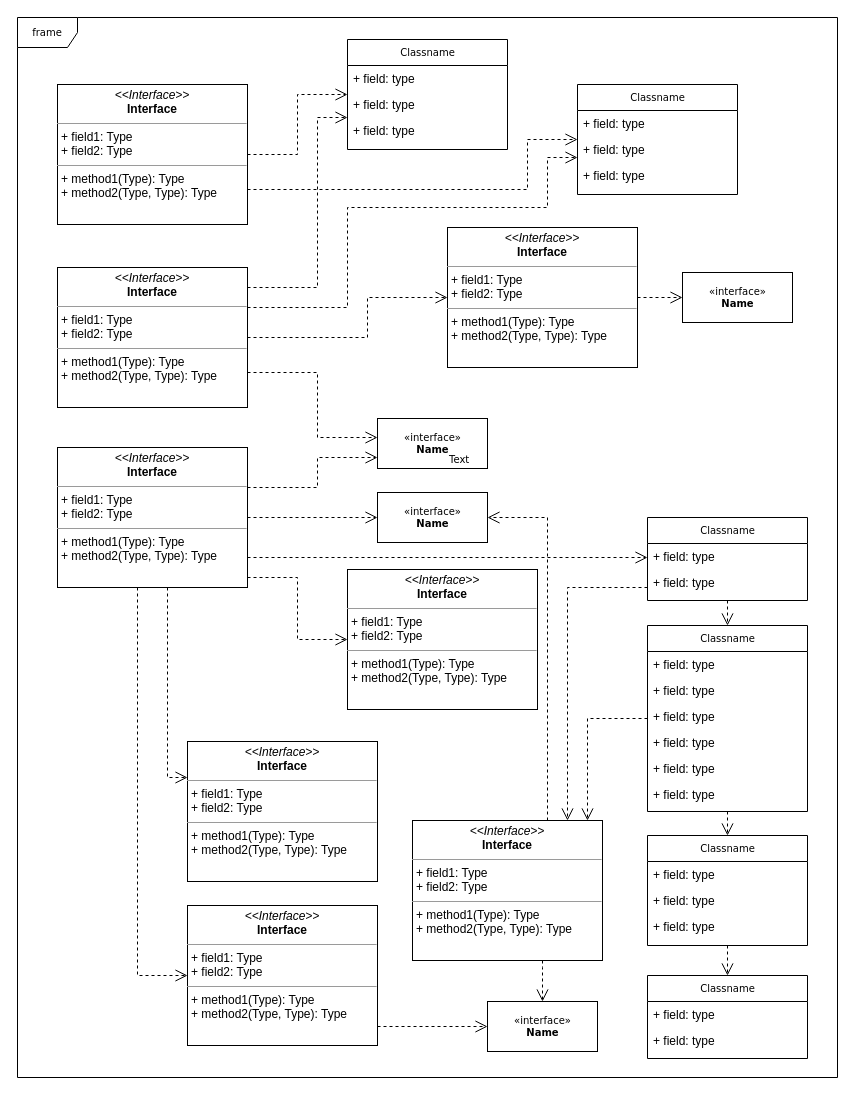
Above: Untitled Diagram.drawio in Heitor-Saqueto/SisBrewe (draw.io), before the change. Source tidied: cells renumbered, new cells numbered last; positions are measured from the earlier drawing's top-left corner, leaving out a move shared by most shapes. Both pictures are drawn from the tidied source at 100%, with x=0, y=0 at pixel (17, 17).
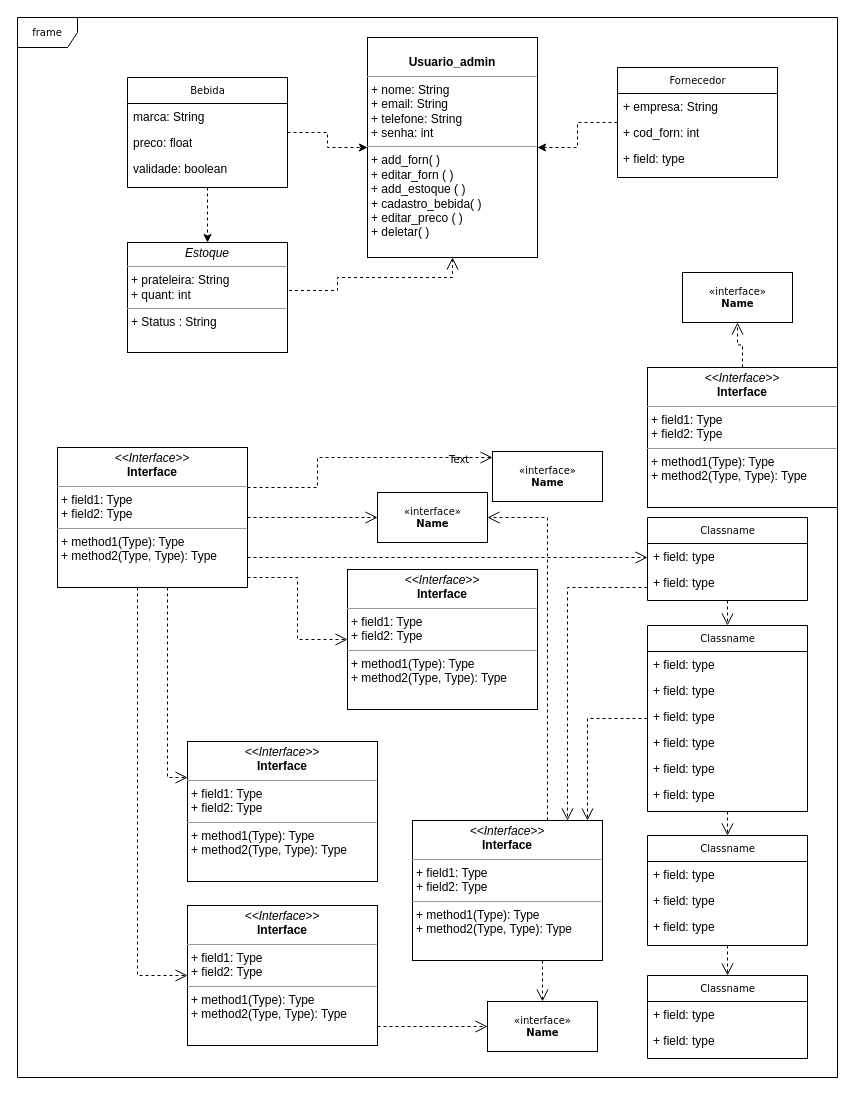
Above is the later version.

Diff of the diagram source:
```diff
@@
+    <mxCell id="62" style="edgeStyle=orthogonalEdgeStyle;rounded=0;jettySize=auto;html=1;dashed=1;" parent="1" edge="1" source="12" target="48">
+      <mxGeometry relative="1" as="geometry" />
+    </mxCell>
+    <mxCell id="63" style="edgeStyle=orthogonalEdgeStyle;rounded=0;jettySize=auto;html=1;exitX=0.5;exitY=1;exitDx=0;exitDy=0;entryX=0.5;entryY=0;entryDx=0;entryDy=0;dashed=1;" parent="1" edge="1" source="12" target="53">
+      <mxGeometry relative="1" as="geometry" />
+    </mxCell>
-    <mxCell id="12" value="Classname" style="swimlane;html=1;fontStyle=0;horizontal=1;startSize=26;fillColor=none;swimlaneFillColor=#ffffff;rounded=0;shadow=0;comic=0;labelBackgroundColor=none;strokeWidth=1;fontFamily=Verdana;fontSize=10;align=center;" parent="1" vertex="1">
-      <mxGeometry x="330" y="22" width="160" height="110" as="geometry" />
+    <mxCell id="12" value="Bebida" style="swimlane;html=1;fontStyle=0;horizontal=1;startSize=26;fillColor=none;swimlaneFillColor=#ffffff;rounded=0;shadow=0;comic=0;labelBackgroundColor=none;strokeWidth=1;fontFamily=Verdana;fontSize=10;align=center;" parent="1" vertex="1">
+      <mxGeometry x="110" y="60" width="160" height="110" as="geometry" />
     </mxCell>
-    <mxCell id="13" value="+ field: type" style="text;html=1;strokeColor=none;fillColor=none;align=left;verticalAlign=top;spacingLeft=4;spacingRight=4;whiteSpace=wrap;overflow=hidden;" parent="12" vertex="1">
+    <mxCell id="13" value="marca: String" style="text;html=1;strokeColor=none;fillColor=none;align=left;verticalAlign=top;spacingLeft=4;spacingRight=4;whiteSpace=wrap;overflow=hidden;" parent="12" vertex="1">
       <mxGeometry y="26" width="160" height="26" as="geometry" />
     </mxCell>
-    <mxCell id="14" value="+ field: type" style="text;html=1;strokeColor=none;fillColor=none;align=left;verticalAlign=top;spacingLeft=4;spacingRight=4;whiteSpace=wrap;overflow=hidden;" parent="12" vertex="1">
+    <mxCell id="14" value="preco: float" style="text;html=1;strokeColor=none;fillColor=none;align=left;verticalAlign=top;spacingLeft=4;spacingRight=4;whiteSpace=wrap;overflow=hidden;" parent="12" vertex="1">
       <mxGeometry y="52" width="160" height="26" as="geometry" />
     </mxCell>
-    <mxCell id="15" value="+ field: type" style="text;html=1;strokeColor=none;fillColor=none;align=left;verticalAlign=top;spacingLeft=4;spacingRight=4;whiteSpace=wrap;overflow=hidden;" parent="12" vertex="1">
+    <mxCell id="15" value="validade: boolean" style="text;html=1;strokeColor=none;fillColor=none;align=left;verticalAlign=top;spacingLeft=4;spacingRight=4;whiteSpace=wrap;overflow=hidden;" parent="12" vertex="1">
       <mxGeometry y="78" width="160" height="26" as="geometry" />
     </mxCell>
+    <mxCell id="64" style="edgeStyle=orthogonalEdgeStyle;rounded=0;jettySize=auto;html=1;dashed=1;" parent="1" edge="1" source="16" target="48">
+      <mxGeometry relative="1" as="geometry" />
+    </mxCell>
-    <mxCell id="16" value="Classname" style="swimlane;html=1;fontStyle=0;horizontal=1;startSize=26;fillColor=none;swimlaneFillColor=#ffffff;rounded=0;shadow=0;comic=0;labelBackgroundColor=none;strokeWidth=1;fontFamily=Verdana;fontSize=10;align=center;" parent="1" vertex="1">
-      <mxGeometry x="560" y="67" width="160" height="110" as="geometry" />
+    <mxCell id="16" value="Fornecedor" style="swimlane;html=1;fontStyle=0;horizontal=1;startSize=26;fillColor=none;swimlaneFillColor=#ffffff;rounded=0;shadow=0;comic=0;labelBackgroundColor=none;strokeWidth=1;fontFamily=Verdana;fontSize=10;align=center;" parent="1" vertex="1">
+      <mxGeometry x="600" y="50" width="160" height="110" as="geometry" />
     </mxCell>
-    <mxCell id="17" value="+ field: type" style="text;html=1;strokeColor=none;fillColor=none;align=left;verticalAlign=top;spacingLeft=4;spacingRight=4;whiteSpace=wrap;overflow=hidden;" parent="16" vertex="1">
+    <mxCell id="17" value="+ empresa: String" style="text;html=1;strokeColor=none;fillColor=none;align=left;verticalAlign=top;spacingLeft=4;spacingRight=4;whiteSpace=wrap;overflow=hidden;" parent="16" vertex="1">
       <mxGeometry y="26" width="160" height="26" as="geometry" />
     </mxCell>
-    <mxCell id="18" value="+ field: type" style="text;html=1;strokeColor=none;fillColor=none;align=left;verticalAlign=top;spacingLeft=4;spacingRight=4;whiteSpace=wrap;overflow=hidden;" parent="16" vertex="1">
+    <mxCell id="18" value="+ cod_forn: int" style="text;html=1;strokeColor=none;fillColor=none;align=left;verticalAlign=top;spacingLeft=4;spacingRight=4;whiteSpace=wrap;overflow=hidden;" parent="16" vertex="1">
       <mxGeometry y="52" width="160" height="26" as="geometry" />
     </mxCell>
@@
     <mxCell id="41" value="&amp;laquo;interface&amp;raquo;&lt;br&gt;&lt;b&gt;Name&lt;/b&gt;" style="html=1;rounded=0;shadow=0;comic=0;labelBackgroundColor=none;strokeWidth=1;fontFamily=Verdana;fontSize=10;align=center;" parent="1" vertex="1">
-      <mxGeometry x="360" y="401" width="110" height="50" as="geometry" />
+      <mxGeometry x="475" y="434" width="110" height="50" as="geometry" />
     </mxCell>
@@
     <mxCell id="43" value="&lt;p style=&quot;margin:0px;margin-top:4px;text-align:center;&quot;&gt;&lt;i&gt;&amp;lt;&amp;lt;Interface&amp;gt;&amp;gt;&lt;/i&gt;&lt;br/&gt;&lt;b&gt;Interface&lt;/b&gt;&lt;/p&gt;&lt;hr size=&quot;1&quot;/&gt;&lt;p style=&quot;margin:0px;margin-left:4px;&quot;&gt;+ field1: Type&lt;br/&gt;+ field2: Type&lt;/p&gt;&lt;hr size=&quot;1&quot;/&gt;&lt;p style=&quot;margin:0px;margin-left:4px;&quot;&gt;+ method1(Type): Type&lt;br/&gt;+ method2(Type, Type): Type&lt;/p&gt;" style="verticalAlign=top;align=left;overflow=fill;fontSize=12;fontFamily=Helvetica;html=1;rounded=0;shadow=0;comic=0;labelBackgroundColor=none;strokeWidth=1;" parent="1" vertex="1">
-      <mxGeometry x="430" y="210" width="190" height="140" as="geometry" />
+      <mxGeometry x="630" y="350" width="190" height="140" as="geometry" />
     </mxCell>
@@
-    <mxCell id="46" style="edgeStyle=orthogonalEdgeStyle;rounded=0;html=1;labelBackgroundColor=none;startFill=0;endArrow=open;endFill=0;endSize=10;fontFamily=Verdana;fontSize=10;dashed=1;" parent="1" edge="1" source="48" target="12">
-      <mxGeometry relative="1" as="geometry" />
-    </mxCell>
-    <mxCell id="47" style="edgeStyle=orthogonalEdgeStyle;rounded=0;html=1;exitX=1;exitY=0.75;dashed=1;labelBackgroundColor=none;startFill=0;endArrow=open;endFill=0;endSize=10;fontFamily=Verdana;fontSize=10;" parent="1" edge="1" source="48" target="16">
-      <mxGeometry relative="1" as="geometry">
-        <Array as="points">
-          <mxPoint x="510" y="172" />
-          <mxPoint x="510" y="122" />
-        </Array>
-      </mxGeometry>
-    </mxCell>
-    <mxCell id="48" value="&lt;p style=&quot;margin:0px;margin-top:4px;text-align:center;&quot;&gt;&lt;i&gt;&amp;lt;&amp;lt;Interface&amp;gt;&amp;gt;&lt;/i&gt;&lt;br/&gt;&lt;b&gt;Interface&lt;/b&gt;&lt;/p&gt;&lt;hr size=&quot;1&quot;/&gt;&lt;p style=&quot;margin:0px;margin-left:4px;&quot;&gt;+ field1: Type&lt;br/&gt;+ field2: Type&lt;/p&gt;&lt;hr size=&quot;1&quot;/&gt;&lt;p style=&quot;margin:0px;margin-left:4px;&quot;&gt;+ method1(Type): Type&lt;br/&gt;+ method2(Type, Type): Type&lt;/p&gt;" style="verticalAlign=top;align=left;overflow=fill;fontSize=12;fontFamily=Helvetica;html=1;rounded=0;shadow=0;comic=0;labelBackgroundColor=none;strokeWidth=1;" parent="1" vertex="1">
-      <mxGeometry x="40" y="67" width="190" height="140" as="geometry" />
+    <mxCell id="48" value="&lt;p style=&quot;margin:0px;margin-top:4px;text-align:center;&quot;&gt;&lt;br&gt;&lt;b&gt;Usuario_admin&lt;/b&gt;&lt;/p&gt;&lt;hr size=&quot;1&quot;&gt;&lt;p style=&quot;margin:0px;margin-left:4px;&quot;&gt;+ nome: String&lt;br&gt;+ email: String&lt;/p&gt;&lt;p style=&quot;margin:0px;margin-left:4px;&quot;&gt;+ telefone: String&lt;/p&gt;&lt;p style=&quot;margin:0px;margin-left:4px;&quot;&gt;+ senha: int&lt;/p&gt;&lt;hr size=&quot;1&quot;&gt;&lt;p style=&quot;margin:0px;margin-left:4px;&quot;&gt;+ add_forn( )&lt;/p&gt;&lt;p style=&quot;margin:0px;margin-left:4px;&quot;&gt;+ editar_forn ( )&lt;br&gt;&lt;/p&gt;&lt;p style=&quot;margin:0px;margin-left:4px;&quot;&gt;+ add_estoque ( )&lt;/p&gt;&lt;p style=&quot;margin:0px;margin-left:4px;&quot;&gt;+ cadastro_bebida( )&lt;/p&gt;&lt;p style=&quot;margin:0px;margin-left:4px;&quot;&gt;+ editar_preco ( )&lt;/p&gt;&lt;p style=&quot;margin:0px;margin-left:4px;&quot;&gt;+ deletar( )&lt;/p&gt;&lt;p style=&quot;margin:0px;margin-left:4px;&quot;&gt;&lt;br&gt;&lt;/p&gt;" style="verticalAlign=top;align=left;overflow=fill;fontSize=12;fontFamily=Helvetica;html=1;rounded=0;shadow=0;comic=0;labelBackgroundColor=none;strokeWidth=1;" parent="1" vertex="1">
+      <mxGeometry x="350" y="20" width="170" height="220" as="geometry" />
     </mxCell>
-    <mxCell id="49" style="edgeStyle=orthogonalEdgeStyle;rounded=0;html=1;dashed=1;labelBackgroundColor=none;startFill=0;endArrow=open;endFill=0;endSize=10;fontFamily=Verdana;fontSize=10;" parent="1" edge="1" source="53" target="12">
-      <mxGeometry relative="1" as="geometry">
-        <Array as="points">
-          <mxPoint x="300" y="270" />
-          <mxPoint x="300" y="100" />
-        </Array>
-      </mxGeometry>
-    </mxCell>
-    <mxCell id="50" style="edgeStyle=orthogonalEdgeStyle;rounded=0;html=1;dashed=1;labelBackgroundColor=none;startFill=0;endArrow=open;endFill=0;endSize=10;fontFamily=Verdana;fontSize=10;" parent="1" edge="1" source="53" target="16">
-      <mxGeometry relative="1" as="geometry">
-        <Array as="points">
-          <mxPoint x="330" y="290" />
-          <mxPoint x="330" y="190" />
-          <mxPoint x="530" y="190" />
-          <mxPoint x="530" y="140" />
-        </Array>
-      </mxGeometry>
-    </mxCell>
-    <mxCell id="51" style="edgeStyle=orthogonalEdgeStyle;rounded=0;html=1;dashed=1;labelBackgroundColor=none;startFill=0;endArrow=open;endFill=0;endSize=10;fontFamily=Verdana;fontSize=10;" parent="1" edge="1" source="53" target="43">
-      <mxGeometry relative="1" as="geometry">
-        <Array as="points">
-          <mxPoint x="350" y="320" />
-          <mxPoint x="350" y="280" />
-        </Array>
-      </mxGeometry>
-    </mxCell>
-    <mxCell id="52" style="edgeStyle=orthogonalEdgeStyle;rounded=0;html=1;exitX=1;exitY=0.75;dashed=1;labelBackgroundColor=none;startFill=0;endArrow=open;endFill=0;endSize=10;fontFamily=Verdana;fontSize=10;" parent="1" edge="1" source="53" target="41">
+    <mxCell id="52" style="edgeStyle=orthogonalEdgeStyle;rounded=0;html=1;exitX=1;exitY=0.75;dashed=1;labelBackgroundColor=none;startFill=0;endArrow=open;endFill=0;endSize=10;fontFamily=Verdana;fontSize=10;entryX=0.5;entryY=1;entryDx=0;entryDy=0;" parent="1" edge="1" source="53" target="48">
       <mxGeometry relative="1" as="geometry">
         <Array as="points">
-          <mxPoint x="300" y="355" />
-          <mxPoint x="300" y="420" />
+          <mxPoint x="320" y="273" />
+          <mxPoint x="320" y="260" />
+          <mxPoint x="435" y="260" />
         </Array>
       </mxGeometry>
     </mxCell>
-    <mxCell id="53" value="&lt;p style=&quot;margin:0px;margin-top:4px;text-align:center;&quot;&gt;&lt;i&gt;&amp;lt;&amp;lt;Interface&amp;gt;&amp;gt;&lt;/i&gt;&lt;br/&gt;&lt;b&gt;Interface&lt;/b&gt;&lt;/p&gt;&lt;hr size=&quot;1&quot;/&gt;&lt;p style=&quot;margin:0px;margin-left:4px;&quot;&gt;+ field1: Type&lt;br/&gt;+ field2: Type&lt;/p&gt;&lt;hr size=&quot;1&quot;/&gt;&lt;p style=&quot;margin:0px;margin-left:4px;&quot;&gt;+ method1(Type): Type&lt;br/&gt;+ method2(Type, Type): Type&lt;/p&gt;" style="verticalAlign=top;align=left;overflow=fill;fontSize=12;fontFamily=Helvetica;html=1;rounded=0;shadow=0;comic=0;labelBackgroundColor=none;strokeWidth=1;" parent="1" vertex="1">
-      <mxGeometry x="40" y="250" width="190" height="140" as="geometry" />
+    <mxCell id="53" value="&lt;p style=&quot;margin:0px;margin-top:4px;text-align:center;&quot;&gt;&lt;i&gt;Estoque&lt;/i&gt;&lt;/p&gt;&lt;hr size=&quot;1&quot;&gt;&lt;p style=&quot;margin:0px;margin-left:4px;&quot;&gt;+ prateleira: String&lt;br&gt;&lt;/p&gt;&lt;p style=&quot;margin:0px;margin-left:4px;&quot;&gt;+ quant: int&lt;/p&gt;&lt;hr size=&quot;1&quot;&gt;&lt;p style=&quot;margin:0px;margin-left:4px;&quot;&gt;+ Status : String&lt;br&gt;&lt;br&gt;&lt;/p&gt;" style="verticalAlign=top;align=left;overflow=fill;fontSize=12;fontFamily=Helvetica;html=1;rounded=0;shadow=0;comic=0;labelBackgroundColor=none;strokeWidth=1;" parent="1" vertex="1">
+      <mxGeometry x="110" y="225" width="160" height="110" as="geometry" />
     </mxCell>
```
